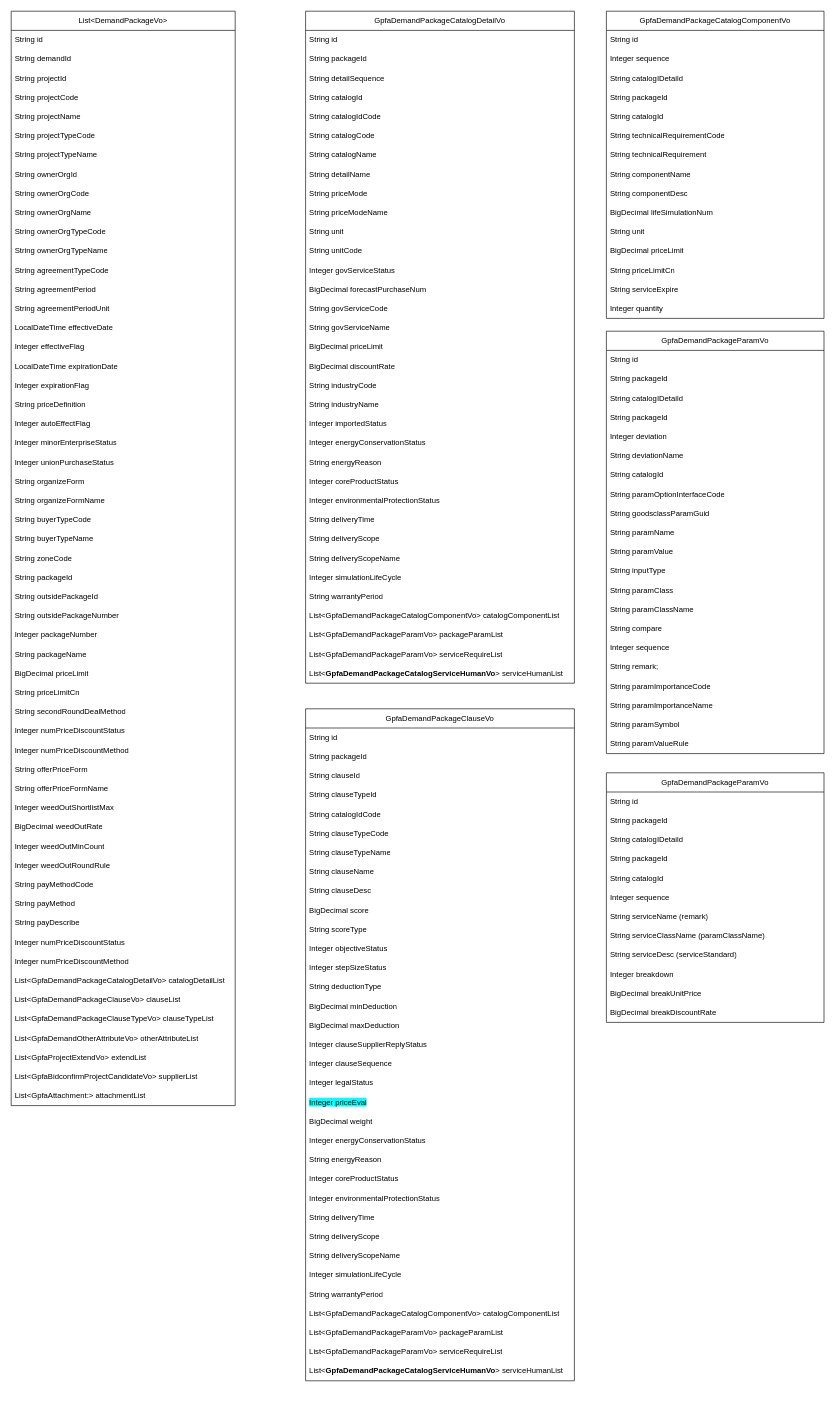
Before: data_detail.drawio in dernight1/draw.io, a draw.io diagram. Source tidied: cells renumbered, new cells numbered last; positions are measured from the earlier drawing's top-left corner, leaving out a move shared by most shapes. Both pictures are drawn from the tidied source at 64%, with x=0, y=0 at pixel (11, 11).
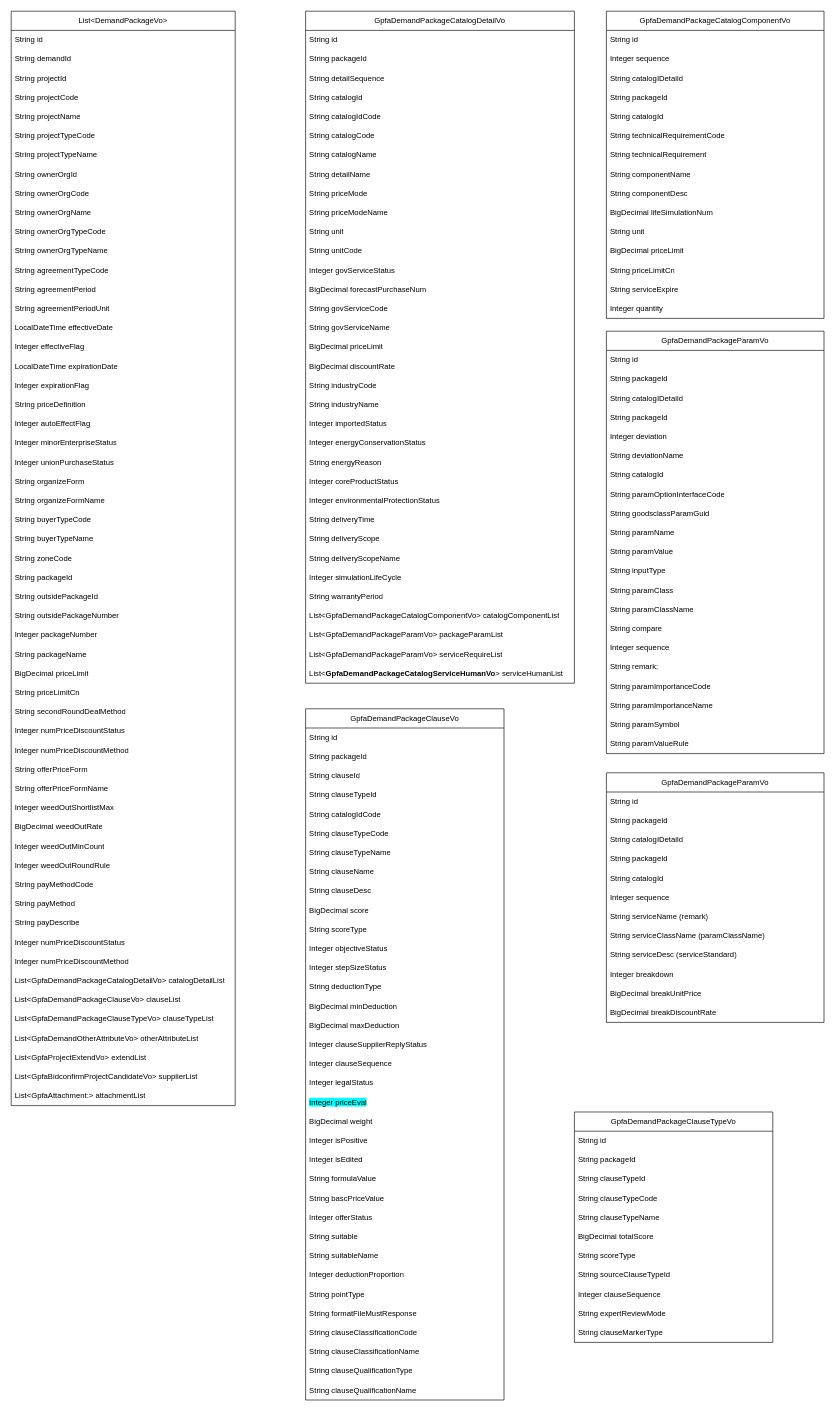
The same diagram, later.

Change to the diagram source:
```diff
@@
     <mxCell id="145" value="GpfaDemandPackageClauseVo" style="swimlane;fontStyle=0;horizontal=1;startSize=30;whiteSpace=wrap;html=1;" parent="1" vertex="1">
-      <mxGeometry x="460" y="1090" width="420" height="1050" as="geometry" />
+      <mxGeometry x="460" y="1090" width="310" height="1080" as="geometry" />
     </mxCell>
     <mxCell id="146" value="String id" style="text;strokeColor=none;fillColor=none;align=left;verticalAlign=middle;spacingLeft=4;spacingRight=4;overflow=hidden;whiteSpace=wrap;html=1;labelBackgroundColor=default;fontFamily=Helvetica;" parent="145" vertex="1">
-      <mxGeometry y="30" width="420" height="30" as="geometry" />
+      <mxGeometry y="30" width="310" height="30" as="geometry" />
     </mxCell>
     <mxCell id="147" value="String packageId" style="text;strokeColor=none;fillColor=none;align=left;verticalAlign=middle;spacingLeft=4;spacingRight=4;overflow=hidden;whiteSpace=wrap;html=1;labelBackgroundColor=default;textShadow=0;" parent="145" vertex="1">
-      <mxGeometry y="60" width="420" height="30" as="geometry" />
+      <mxGeometry y="60" width="310" height="30" as="geometry" />
     </mxCell>
     <mxCell id="148" value="String clauseId" style="text;strokeColor=none;fillColor=none;align=left;verticalAlign=middle;spacingLeft=4;spacingRight=4;overflow=hidden;whiteSpace=wrap;html=1;labelBackgroundColor=default;" parent="145" vertex="1">
-      <mxGeometry y="90" width="420" height="30" as="geometry" />
+      <mxGeometry y="90" width="310" height="30" as="geometry" />
     </mxCell>
     <mxCell id="149" value="String clauseTypeId" style="text;strokeColor=none;fillColor=none;align=left;verticalAlign=middle;spacingLeft=4;spacingRight=4;overflow=hidden;whiteSpace=wrap;html=1;labelBackgroundColor=default;" parent="145" vertex="1">
-      <mxGeometry y="120" width="420" height="30" as="geometry" />
+      <mxGeometry y="120" width="310" height="30" as="geometry" />
     </mxCell>
     <mxCell id="150" value="String catalogIdCode" style="text;strokeColor=none;fillColor=none;align=left;verticalAlign=middle;spacingLeft=4;spacingRight=4;overflow=hidden;whiteSpace=wrap;html=1;labelBackgroundColor=default;" parent="145" vertex="1">
-      <mxGeometry y="150" width="420" height="30" as="geometry" />
+      <mxGeometry y="150" width="310" height="30" as="geometry" />
     </mxCell>
     <mxCell id="151" value="String clauseTypeCode" style="text;strokeColor=none;fillColor=none;align=left;verticalAlign=middle;spacingLeft=4;spacingRight=4;overflow=hidden;whiteSpace=wrap;html=1;labelBackgroundColor=default;" parent="145" vertex="1">
-      <mxGeometry y="180" width="420" height="30" as="geometry" />
+      <mxGeometry y="180" width="310" height="30" as="geometry" />
     </mxCell>
     <mxCell id="152" value="String clauseTypeName" style="text;strokeColor=none;fillColor=none;align=left;verticalAlign=middle;spacingLeft=4;spacingRight=4;overflow=hidden;whiteSpace=wrap;html=1;labelBackgroundColor=default;" parent="145" vertex="1">
-      <mxGeometry y="210" width="420" height="30" as="geometry" />
+      <mxGeometry y="210" width="310" height="30" as="geometry" />
     </mxCell>
     <mxCell id="153" value="String clauseName" style="text;strokeColor=none;fillColor=none;align=left;verticalAlign=middle;spacingLeft=4;spacingRight=4;overflow=hidden;whiteSpace=wrap;html=1;labelBackgroundColor=default;" parent="145" vertex="1">
-      <mxGeometry y="240" width="420" height="30" as="geometry" />
+      <mxGeometry y="240" width="310" height="30" as="geometry" />
     </mxCell>
     <mxCell id="154" value="String clauseDesc" style="text;strokeColor=none;fillColor=none;align=left;verticalAlign=middle;spacingLeft=4;spacingRight=4;overflow=hidden;whiteSpace=wrap;html=1;labelBackgroundColor=default;" parent="145" vertex="1">
-      <mxGeometry y="270" width="420" height="30" as="geometry" />
+      <mxGeometry y="270" width="310" height="30" as="geometry" />
     </mxCell>
     <mxCell id="155" value="BigDecimal score" style="text;strokeColor=none;fillColor=none;align=left;verticalAlign=middle;spacingLeft=4;spacingRight=4;overflow=hidden;whiteSpace=wrap;html=1;labelBackgroundColor=default;" parent="145" vertex="1">
-      <mxGeometry y="300" width="420" height="30" as="geometry" />
+      <mxGeometry y="300" width="310" height="30" as="geometry" />
     </mxCell>
     <mxCell id="156" value="String scoreType" style="text;strokeColor=none;fillColor=none;align=left;verticalAlign=middle;spacingLeft=4;spacingRight=4;overflow=hidden;whiteSpace=wrap;html=1;labelBackgroundColor=default;" parent="145" vertex="1">
-      <mxGeometry y="330" width="420" height="30" as="geometry" />
+      <mxGeometry y="330" width="310" height="30" as="geometry" />
     </mxCell>
     <mxCell id="157" value="Integer objectiveStatus" style="text;strokeColor=none;fillColor=none;align=left;verticalAlign=middle;spacingLeft=4;spacingRight=4;overflow=hidden;whiteSpace=wrap;html=1;labelBackgroundColor=default;" parent="145" vertex="1">
-      <mxGeometry y="360" width="420" height="30" as="geometry" />
+      <mxGeometry y="360" width="310" height="30" as="geometry" />
     </mxCell>
     <mxCell id="158" value="Integer stepSizeStatus" style="text;strokeColor=none;fillColor=none;align=left;verticalAlign=middle;spacingLeft=4;spacingRight=4;overflow=hidden;whiteSpace=wrap;html=1;labelBackgroundColor=default;" parent="145" vertex="1">
-      <mxGeometry y="390" width="420" height="30" as="geometry" />
+      <mxGeometry y="390" width="310" height="30" as="geometry" />
     </mxCell>
     <mxCell id="159" value="String deductionType" style="text;strokeColor=none;fillColor=none;align=left;verticalAlign=middle;spacingLeft=4;spacingRight=4;overflow=hidden;whiteSpace=wrap;html=1;labelBackgroundColor=default;" parent="145" vertex="1">
-      <mxGeometry y="420" width="420" height="30" as="geometry" />
+      <mxGeometry y="420" width="310" height="30" as="geometry" />
     </mxCell>
     <mxCell id="160" value="BigDecimal minDeduction" style="text;strokeColor=none;fillColor=none;align=left;verticalAlign=middle;spacingLeft=4;spacingRight=4;overflow=hidden;whiteSpace=wrap;html=1;labelBackgroundColor=default;" parent="145" vertex="1">
-      <mxGeometry y="450" width="420" height="30" as="geometry" />
+      <mxGeometry y="450" width="310" height="30" as="geometry" />
     </mxCell>
     <mxCell id="161" value="BigDecimal maxDeduction" style="text;strokeColor=none;fillColor=none;align=left;verticalAlign=middle;spacingLeft=4;spacingRight=4;overflow=hidden;whiteSpace=wrap;html=1;labelBackgroundColor=default;" parent="145" vertex="1">
-      <mxGeometry y="480" width="420" height="30" as="geometry" />
+      <mxGeometry y="480" width="310" height="30" as="geometry" />
     </mxCell>
     <mxCell id="162" value="Integer clauseSupplierReplyStatus" style="text;strokeColor=none;fillColor=none;align=left;verticalAlign=middle;spacingLeft=4;spacingRight=4;overflow=hidden;whiteSpace=wrap;html=1;labelBackgroundColor=default;" parent="145" vertex="1">
-      <mxGeometry y="510" width="420" height="30" as="geometry" />
+      <mxGeometry y="510" width="310" height="30" as="geometry" />
     </mxCell>
     <mxCell id="163" value="Integer clauseSequence" style="text;strokeColor=none;fillColor=none;align=left;verticalAlign=middle;spacingLeft=4;spacingRight=4;overflow=hidden;whiteSpace=wrap;html=1;labelBackgroundColor=default;" parent="145" vertex="1">
-      <mxGeometry y="540" width="420" height="30" as="geometry" />
+      <mxGeometry y="540" width="310" height="30" as="geometry" />
     </mxCell>
     <mxCell id="164" value="Integer legalStatus" style="text;strokeColor=none;fillColor=none;align=left;verticalAlign=middle;spacingLeft=4;spacingRight=4;overflow=hidden;whiteSpace=wrap;html=1;labelBackgroundColor=default;" parent="145" vertex="1">
-      <mxGeometry y="570" width="420" height="30" as="geometry" />
+      <mxGeometry y="570" width="310" height="30" as="geometry" />
     </mxCell>
     <mxCell id="165" value="&lt;span style=&quot;background-color: rgb(0, 255, 255);&quot;&gt;Integer priceEval&lt;/span&gt;" style="text;strokeColor=none;fillColor=none;align=left;verticalAlign=middle;spacingLeft=4;spacingRight=4;overflow=hidden;whiteSpace=wrap;html=1;labelBackgroundColor=default;" parent="145" vertex="1">
-      <mxGeometry y="600" width="420" height="30" as="geometry" />
+      <mxGeometry y="600" width="310" height="30" as="geometry" />
     </mxCell>
     <mxCell id="166" value="BigDecimal weight" style="text;strokeColor=none;fillColor=none;align=left;verticalAlign=middle;spacingLeft=4;spacingRight=4;overflow=hidden;whiteSpace=wrap;html=1;labelBackgroundColor=default;" parent="145" vertex="1">
-      <mxGeometry y="630" width="420" height="30" as="geometry" />
+      <mxGeometry y="630" width="310" height="30" as="geometry" />
     </mxCell>
-    <mxCell id="167" value="Integer energyConservationStatus" style="text;strokeColor=none;fillColor=none;align=left;verticalAlign=middle;spacingLeft=4;spacingRight=4;overflow=hidden;whiteSpace=wrap;html=1;labelBackgroundColor=default;" parent="145" vertex="1">
-      <mxGeometry y="660" width="420" height="30" as="geometry" />
+    <mxCell id="167" value="Integer isPositive" style="text;strokeColor=none;fillColor=none;align=left;verticalAlign=middle;spacingLeft=4;spacingRight=4;overflow=hidden;whiteSpace=wrap;html=1;labelBackgroundColor=default;" parent="145" vertex="1">
+      <mxGeometry y="660" width="310" height="30" as="geometry" />
     </mxCell>
-    <mxCell id="168" value="String energyReason" style="text;strokeColor=none;fillColor=none;align=left;verticalAlign=middle;spacingLeft=4;spacingRight=4;overflow=hidden;whiteSpace=wrap;html=1;labelBackgroundColor=default;" parent="145" vertex="1">
-      <mxGeometry y="690" width="420" height="30" as="geometry" />
+    <mxCell id="168" value="Integer isEdited" style="text;strokeColor=none;fillColor=none;align=left;verticalAlign=middle;spacingLeft=4;spacingRight=4;overflow=hidden;whiteSpace=wrap;html=1;labelBackgroundColor=default;" parent="145" vertex="1">
+      <mxGeometry y="690" width="310" height="30" as="geometry" />
     </mxCell>
-    <mxCell id="169" value="Integer coreProductStatus" style="text;strokeColor=none;fillColor=none;align=left;verticalAlign=middle;spacingLeft=4;spacingRight=4;overflow=hidden;whiteSpace=wrap;html=1;" parent="145" vertex="1">
-      <mxGeometry y="720" width="420" height="30" as="geometry" />
+    <mxCell id="169" value="String formulaValue" style="text;strokeColor=none;fillColor=none;align=left;verticalAlign=middle;spacingLeft=4;spacingRight=4;overflow=hidden;whiteSpace=wrap;html=1;" parent="145" vertex="1">
+      <mxGeometry y="720" width="310" height="30" as="geometry" />
     </mxCell>
-    <mxCell id="170" value="Integer environmentalProtectionStatus" style="text;strokeColor=none;fillColor=none;align=left;verticalAlign=middle;spacingLeft=4;spacingRight=4;overflow=hidden;whiteSpace=wrap;html=1;" parent="145" vertex="1">
-      <mxGeometry y="750" width="420" height="30" as="geometry" />
+    <mxCell id="170" value="String bascPriceValue" style="text;strokeColor=none;fillColor=none;align=left;verticalAlign=middle;spacingLeft=4;spacingRight=4;overflow=hidden;whiteSpace=wrap;html=1;" parent="145" vertex="1">
+      <mxGeometry y="750" width="310" height="30" as="geometry" />
     </mxCell>
-    <mxCell id="171" value="String deliveryTime" style="text;strokeColor=none;fillColor=none;align=left;verticalAlign=middle;spacingLeft=4;spacingRight=4;overflow=hidden;whiteSpace=wrap;html=1;labelBackgroundColor=default;" parent="145" vertex="1">
-      <mxGeometry y="780" width="420" height="30" as="geometry" />
+    <mxCell id="171" value="Integer offerStatus" style="text;strokeColor=none;fillColor=none;align=left;verticalAlign=middle;spacingLeft=4;spacingRight=4;overflow=hidden;whiteSpace=wrap;html=1;labelBackgroundColor=default;" parent="145" vertex="1">
+      <mxGeometry y="780" width="310" height="30" as="geometry" />
     </mxCell>
-    <mxCell id="172" value="String deliveryScope" style="text;strokeColor=none;fillColor=none;align=left;verticalAlign=middle;spacingLeft=4;spacingRight=4;overflow=hidden;whiteSpace=wrap;html=1;labelBackgroundColor=default;" parent="145" vertex="1">
-      <mxGeometry y="810" width="420" height="30" as="geometry" />
+    <mxCell id="172" value="String suitable" style="text;strokeColor=none;fillColor=none;align=left;verticalAlign=middle;spacingLeft=4;spacingRight=4;overflow=hidden;whiteSpace=wrap;html=1;labelBackgroundColor=default;" parent="145" vertex="1">
+      <mxGeometry y="810" width="310" height="30" as="geometry" />
     </mxCell>
-    <mxCell id="173" value="String deliveryScopeName" style="text;strokeColor=none;fillColor=none;align=left;verticalAlign=middle;spacingLeft=4;spacingRight=4;overflow=hidden;whiteSpace=wrap;html=1;labelBackgroundColor=default;" parent="145" vertex="1">
-      <mxGeometry y="840" width="420" height="30" as="geometry" />
+    <mxCell id="173" value="String suitableName" style="text;strokeColor=none;fillColor=none;align=left;verticalAlign=middle;spacingLeft=4;spacingRight=4;overflow=hidden;whiteSpace=wrap;html=1;labelBackgroundColor=default;" parent="145" vertex="1">
+      <mxGeometry y="840" width="310" height="30" as="geometry" />
     </mxCell>
-    <mxCell id="174" value="Integer simulationLifeCycle" style="text;strokeColor=none;fillColor=none;align=left;verticalAlign=middle;spacingLeft=4;spacingRight=4;overflow=hidden;whiteSpace=wrap;html=1;" parent="145" vertex="1">
-      <mxGeometry y="870" width="420" height="30" as="geometry" />
+    <mxCell id="174" value="Integer deductionProportion" style="text;strokeColor=none;fillColor=none;align=left;verticalAlign=middle;spacingLeft=4;spacingRight=4;overflow=hidden;whiteSpace=wrap;html=1;" parent="145" vertex="1">
+      <mxGeometry y="870" width="310" height="30" as="geometry" />
     </mxCell>
-    <mxCell id="175" value="String warrantyPeriod" style="text;strokeColor=none;fillColor=none;align=left;verticalAlign=middle;spacingLeft=4;spacingRight=4;overflow=hidden;whiteSpace=wrap;html=1;" parent="145" vertex="1">
-      <mxGeometry y="900" width="420" height="30" as="geometry" />
+    <mxCell id="175" value="String pointType" style="text;strokeColor=none;fillColor=none;align=left;verticalAlign=middle;spacingLeft=4;spacingRight=4;overflow=hidden;whiteSpace=wrap;html=1;" parent="145" vertex="1">
+      <mxGeometry y="900" width="310" height="30" as="geometry" />
     </mxCell>
-    <mxCell id="176" value="List&amp;lt;GpfaDemandPackageCatalogComponentVo&amp;gt; catalogComponentList" style="text;strokeColor=none;fillColor=none;align=left;verticalAlign=middle;spacingLeft=4;spacingRight=4;overflow=hidden;whiteSpace=wrap;html=1;" parent="145" vertex="1">
-      <mxGeometry y="930" width="420" height="30" as="geometry" />
+    <mxCell id="176" value="String formatFileMustResponse" style="text;strokeColor=none;fillColor=none;align=left;verticalAlign=middle;spacingLeft=4;spacingRight=4;overflow=hidden;whiteSpace=wrap;html=1;" parent="145" vertex="1">
+      <mxGeometry y="930" width="310" height="30" as="geometry" />
     </mxCell>
-    <mxCell id="177" value="List&amp;lt;GpfaDemandPackageParamVo&amp;gt; packageParamList" style="text;strokeColor=none;fillColor=none;align=left;verticalAlign=middle;spacingLeft=4;spacingRight=4;overflow=hidden;whiteSpace=wrap;html=1;" parent="145" vertex="1">
-      <mxGeometry y="960" width="420" height="30" as="geometry" />
+    <mxCell id="177" value="String clauseClassificationCode" style="text;strokeColor=none;fillColor=none;align=left;verticalAlign=middle;spacingLeft=4;spacingRight=4;overflow=hidden;whiteSpace=wrap;html=1;" parent="145" vertex="1">
+      <mxGeometry y="960" width="310" height="30" as="geometry" />
     </mxCell>
-    <mxCell id="178" value="List&amp;lt;GpfaDemandPackageParamVo&amp;gt; serviceRequireList" style="text;strokeColor=none;fillColor=none;align=left;verticalAlign=middle;spacingLeft=4;spacingRight=4;overflow=hidden;whiteSpace=wrap;html=1;" parent="145" vertex="1">
-      <mxGeometry y="990" width="420" height="30" as="geometry" />
+    <mxCell id="178" value="String clauseClassificationName" style="text;strokeColor=none;fillColor=none;align=left;verticalAlign=middle;spacingLeft=4;spacingRight=4;overflow=hidden;whiteSpace=wrap;html=1;" parent="145" vertex="1">
+      <mxGeometry y="990" width="310" height="30" as="geometry" />
     </mxCell>
-    <mxCell id="179" value="List&amp;lt;&lt;b&gt;GpfaDemandPackageCatalogServiceHumanVo&lt;/b&gt;&amp;gt; serviceHumanList" style="text;strokeColor=none;fillColor=none;align=left;verticalAlign=middle;spacingLeft=4;spacingRight=4;overflow=hidden;whiteSpace=wrap;html=1;" parent="145" vertex="1">
-      <mxGeometry y="1020" width="420" height="30" as="geometry" />
+    <mxCell id="179" value="String clauseQualificationType" style="text;strokeColor=none;fillColor=none;align=left;verticalAlign=middle;spacingLeft=4;spacingRight=4;overflow=hidden;whiteSpace=wrap;html=1;" parent="145" vertex="1">
+      <mxGeometry y="1020" width="310" height="30" as="geometry" />
     </mxCell>
+    <mxCell id="180" value="String clauseQualificationName" style="text;strokeColor=none;fillColor=none;align=left;verticalAlign=middle;spacingLeft=4;spacingRight=4;overflow=hidden;whiteSpace=wrap;html=1;" parent="145" vertex="1">
+      <mxGeometry y="1050" width="310" height="30" as="geometry" />
+    </mxCell>
+    <mxCell id="181" value="GpfaDemandPackageClauseTypeVo" style="swimlane;fontStyle=0;horizontal=1;startSize=30;whiteSpace=wrap;html=1;" parent="1" vertex="1">
+      <mxGeometry x="880" y="1720" width="310" height="360" as="geometry" />
+    </mxCell>
+    <mxCell id="182" value="String id" style="text;strokeColor=none;fillColor=none;align=left;verticalAlign=middle;spacingLeft=4;spacingRight=4;overflow=hidden;whiteSpace=wrap;html=1;labelBackgroundColor=default;fontFamily=Helvetica;" parent="181" vertex="1">
+      <mxGeometry y="30" width="310" height="30" as="geometry" />
+    </mxCell>
+    <mxCell id="183" value="String packageId" style="text;strokeColor=none;fillColor=none;align=left;verticalAlign=middle;spacingLeft=4;spacingRight=4;overflow=hidden;whiteSpace=wrap;html=1;labelBackgroundColor=default;textShadow=0;" parent="181" vertex="1">
+      <mxGeometry y="60" width="310" height="30" as="geometry" />
+    </mxCell>
+    <mxCell id="184" value="String clauseTypeId" style="text;strokeColor=none;fillColor=none;align=left;verticalAlign=middle;spacingLeft=4;spacingRight=4;overflow=hidden;whiteSpace=wrap;html=1;labelBackgroundColor=default;" parent="181" vertex="1">
+      <mxGeometry y="90" width="310" height="30" as="geometry" />
+    </mxCell>
+    <mxCell id="185" value="String clauseTypeCode" style="text;strokeColor=none;fillColor=none;align=left;verticalAlign=middle;spacingLeft=4;spacingRight=4;overflow=hidden;whiteSpace=wrap;html=1;labelBackgroundColor=default;" parent="181" vertex="1">
+      <mxGeometry y="120" width="310" height="30" as="geometry" />
+    </mxCell>
+    <mxCell id="186" value="String clauseTypeName" style="text;strokeColor=none;fillColor=none;align=left;verticalAlign=middle;spacingLeft=4;spacingRight=4;overflow=hidden;whiteSpace=wrap;html=1;labelBackgroundColor=default;" parent="181" vertex="1">
+      <mxGeometry y="150" width="310" height="30" as="geometry" />
+    </mxCell>
+    <mxCell id="187" value="BigDecimal totalScore" style="text;strokeColor=none;fillColor=none;align=left;verticalAlign=middle;spacingLeft=4;spacingRight=4;overflow=hidden;whiteSpace=wrap;html=1;labelBackgroundColor=default;" parent="181" vertex="1">
+      <mxGeometry y="180" width="310" height="30" as="geometry" />
+    </mxCell>
+    <mxCell id="188" value="String scoreType" style="text;strokeColor=none;fillColor=none;align=left;verticalAlign=middle;spacingLeft=4;spacingRight=4;overflow=hidden;whiteSpace=wrap;html=1;labelBackgroundColor=default;" parent="181" vertex="1">
+      <mxGeometry y="210" width="310" height="30" as="geometry" />
+    </mxCell>
+    <mxCell id="189" value="String sourceClauseTypeId" style="text;strokeColor=none;fillColor=none;align=left;verticalAlign=middle;spacingLeft=4;spacingRight=4;overflow=hidden;whiteSpace=wrap;html=1;labelBackgroundColor=default;" parent="181" vertex="1">
+      <mxGeometry y="240" width="310" height="30" as="geometry" />
+    </mxCell>
+    <mxCell id="190" value="Integer clauseSequence" style="text;strokeColor=none;fillColor=none;align=left;verticalAlign=middle;spacingLeft=4;spacingRight=4;overflow=hidden;whiteSpace=wrap;html=1;labelBackgroundColor=default;" parent="181" vertex="1">
+      <mxGeometry y="270" width="310" height="30" as="geometry" />
+    </mxCell>
+    <mxCell id="191" value="String expertReviewMode" style="text;strokeColor=none;fillColor=none;align=left;verticalAlign=middle;spacingLeft=4;spacingRight=4;overflow=hidden;whiteSpace=wrap;html=1;labelBackgroundColor=default;" parent="181" vertex="1">
+      <mxGeometry y="300" width="310" height="30" as="geometry" />
+    </mxCell>
+    <mxCell id="192" value="String clauseMarkerType" style="text;strokeColor=none;fillColor=none;align=left;verticalAlign=middle;spacingLeft=4;spacingRight=4;overflow=hidden;whiteSpace=wrap;html=1;labelBackgroundColor=default;" parent="181" vertex="1">
+      <mxGeometry y="330" width="310" height="30" as="geometry" />
+    </mxCell>
```
